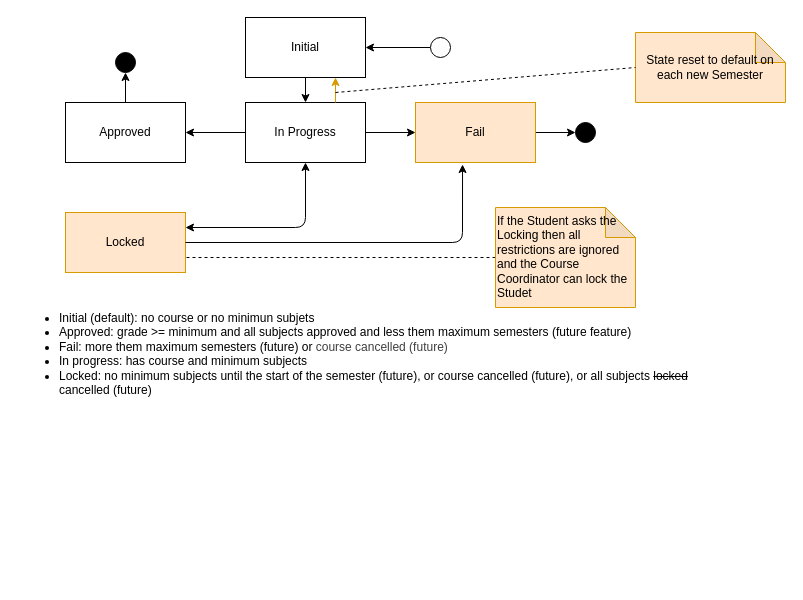
Earlier version of the draw.io diagram page "StudentState" (4 of 12) of architecture/code_analysis_v3/components-phase1.drawio (douglasdcm/tdd_detroid). Source tidied: cells renumbered, new cells numbered last; positions are measured from the earlier drawing's top-left corner, leaving out a move shared by most shapes. Both pictures are drawn from the tidied source at 100%, with x=0, y=0 at pixel (17, 17).
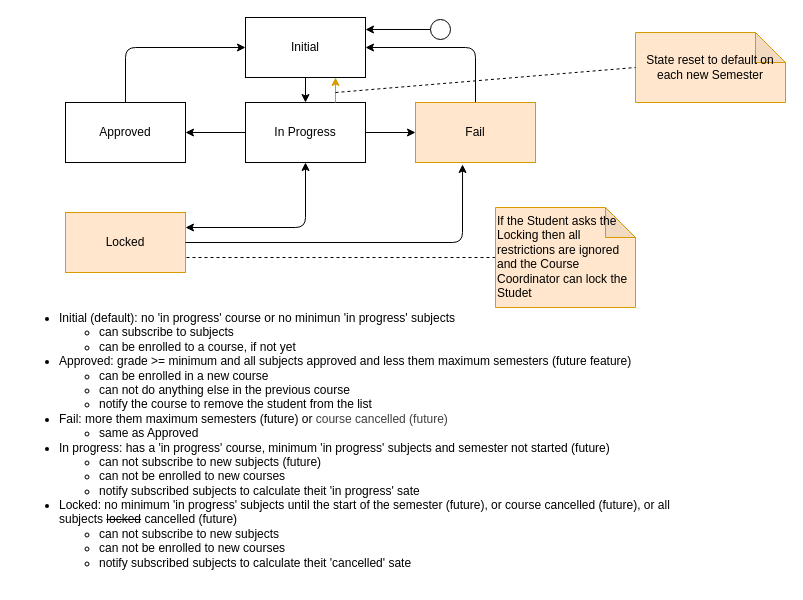
Above is the later version.

Unchanged cells that the change refers to:
```xml
<mxCell id="4" value="Approved" style="rounded=0;whiteSpace=wrap;html=1;" parent="1" vertex="1">
  <mxGeometry x="48" y="85" width="120" height="60" as="geometry" />
</mxCell>
<mxCell id="10" value="Fail" style="rounded=0;whiteSpace=wrap;html=1;fillColor=#ffe6cc;strokeColor=#d79b00;" parent="1" vertex="1">
  <mxGeometry x="398" y="85" width="120" height="60" as="geometry" />
</mxCell>
<mxCell id="18" value="Initial" style="rounded=0;whiteSpace=wrap;html=1;" parent="1" vertex="1">
  <mxGeometry x="228" width="120" height="60" as="geometry" />
</mxCell>
```

The edit, as a diff of the source:
```diff
@@
-    <mxCell id="3" style="edgeStyle=none;html=1;" parent="1" edge="1" source="4" target="14">
+    <mxCell id="3" style="edgeStyle=orthogonalEdgeStyle;html=1;entryX=0;entryY=0.5;entryDx=0;entryDy=0;exitX=0.5;exitY=0;exitDx=0;exitDy=0;" parent="1" edge="1" source="4" target="18">
       <mxGeometry relative="1" as="geometry" />
     </mxCell>
@@
-    <mxCell id="9" style="edgeStyle=none;html=1;" parent="1" edge="1" source="10" target="15">
+    <mxCell id="9" style="edgeStyle=orthogonalEdgeStyle;html=1;entryX=1;entryY=0.5;entryDx=0;entryDy=0;exitX=0.5;exitY=0;exitDx=0;exitDy=0;" parent="1" edge="1" source="10" target="18">
       <mxGeometry relative="1" as="geometry" />
     </mxCell>
@@
-    <mxCell id="12" style="edgeStyle=none;html=1;entryX=1;entryY=0.5;entryDx=0;entryDy=0;" parent="1" edge="1" source="13" target="18">
-      <mxGeometry relative="1" as="geometry" />
+    <mxCell id="12" style="edgeStyle=none;html=1;entryX=1;entryY=0.5;entryDx=0;entryDy=0;" parent="1" edge="1" source="13">
+      <mxGeometry relative="1" as="geometry">
+        <mxPoint x="348" y="12" as="targetPoint" />
+      </mxGeometry>
     </mxCell>
     <mxCell id="13" style="ellipse;whiteSpace=wrap;html=1;" parent="1" vertex="1">
-      <mxGeometry x="413" y="20" width="20" height="20" as="geometry" />
+      <mxGeometry x="413" y="2" width="20" height="20" as="geometry" />
     </mxCell>
-    <mxCell id="14" style="ellipse;whiteSpace=wrap;html=1;fillStyle=auto;fillColor=#000000;" parent="1" vertex="1">
-      <mxGeometry x="98" y="35" width="20" height="20" as="geometry" />
-    </mxCell>
-    <mxCell id="15" style="ellipse;whiteSpace=wrap;html=1;fillColor=#000000;" parent="1" vertex="1">
-      <mxGeometry x="558" y="105" width="20" height="20" as="geometry" />
-    </mxCell>
-    <mxCell id="16" value="&lt;div&gt;&lt;ul&gt;&lt;li&gt;Initial (default): no course or no minimun subjets&lt;/li&gt;&lt;li&gt;Approved: grade &amp;gt;= minimum and all subjects approved and less them maximum semesters (future feature)&lt;/li&gt;&lt;li&gt;Fail: more them maximum semesters (future) or&amp;nbsp;&lt;span style=&quot;color: rgb(63, 63, 63); background-color: transparent;&quot;&gt;course cancelled (future)&lt;/span&gt;&lt;/li&gt;&lt;li&gt;In progress: has course and minimum subjects&lt;/li&gt;&lt;li&gt;Locked: no minimum subjects until the start of the semester (future), or course cancelled (future), or all subjects &lt;strike&gt;locked&lt;/strike&gt; cancelled (future)&lt;/li&gt;&lt;/ul&gt;&lt;/div&gt;" style="text;html=1;align=left;verticalAlign=top;whiteSpace=wrap;rounded=0;" parent="1" vertex="1">
+    <mxCell id="16" value="&lt;ul&gt;&lt;li&gt;Initial (default): no 'in progress' course or no minimun 'in progress' subjects&lt;/li&gt;&lt;ul&gt;&lt;li&gt;can subscribe to subjects&lt;/li&gt;&lt;li&gt;can be enrolled to a course, if not yet&lt;/li&gt;&lt;/ul&gt;&lt;li&gt;Approved: grade &amp;gt;= minimum and all subjects approved and less them maximum semesters (future feature)&lt;/li&gt;&lt;ul&gt;&lt;li&gt;can be enrolled in a new course&lt;/li&gt;&lt;li&gt;can not do anything else in the previous course&lt;/li&gt;&lt;li&gt;notify the course to remove the student from the list&lt;/li&gt;&lt;/ul&gt;&lt;li&gt;Fail: more them maximum semesters (future) or&amp;nbsp;&lt;span style=&quot;color: rgb(63, 63, 63); background-color: transparent;&quot;&gt;course cancelled (future)&lt;/span&gt;&lt;/li&gt;&lt;ul&gt;&lt;li&gt;same as Approved&lt;/li&gt;&lt;/ul&gt;&lt;li&gt;In progress: has a 'in progress' course, minimum 'in progress' subjects and semester not started (future)&lt;/li&gt;&lt;ul&gt;&lt;li&gt;can not subscribe to new subjects (future)&lt;/li&gt;&lt;li&gt;can not be enrolled to new courses&lt;/li&gt;&lt;li&gt;notify subscribed subjects to calculate theit 'in progress' sate&lt;/li&gt;&lt;/ul&gt;&lt;li&gt;Locked: no minimum 'in progress' subjects until the start of the semester (future), or course cancelled (future), or all subjects &lt;strike&gt;locked&lt;/strike&gt; cancelled (future)&lt;/li&gt;&lt;ul&gt;&lt;li&gt;can not subscribe to new subjects&lt;/li&gt;&lt;li&gt;can not be enrolled to new courses&lt;/li&gt;&lt;li&gt;notify subscribed subjects to calculate theit 'cancelled' sate&lt;/li&gt;&lt;/ul&gt;&lt;/ul&gt;" style="text;html=1;align=left;verticalAlign=top;whiteSpace=wrap;rounded=0;" parent="1" vertex="1">
       <mxGeometry y="275" width="700" height="260" as="geometry" />
     </mxCell>
```
